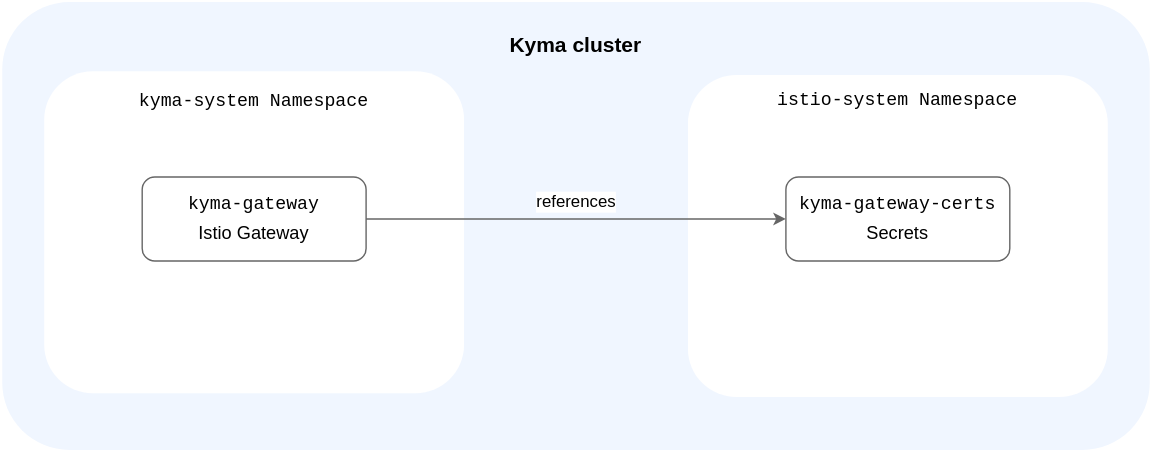
Before: docs/assets/kyma-gateway-resources-os.svg, a diagram exported from draw.io (kyma-project/api-gateway). Source tidied: cells renumbered, new cells last; positions are measured from the earlier drawing's top-left corner, leaving out a move shared by most shapes.
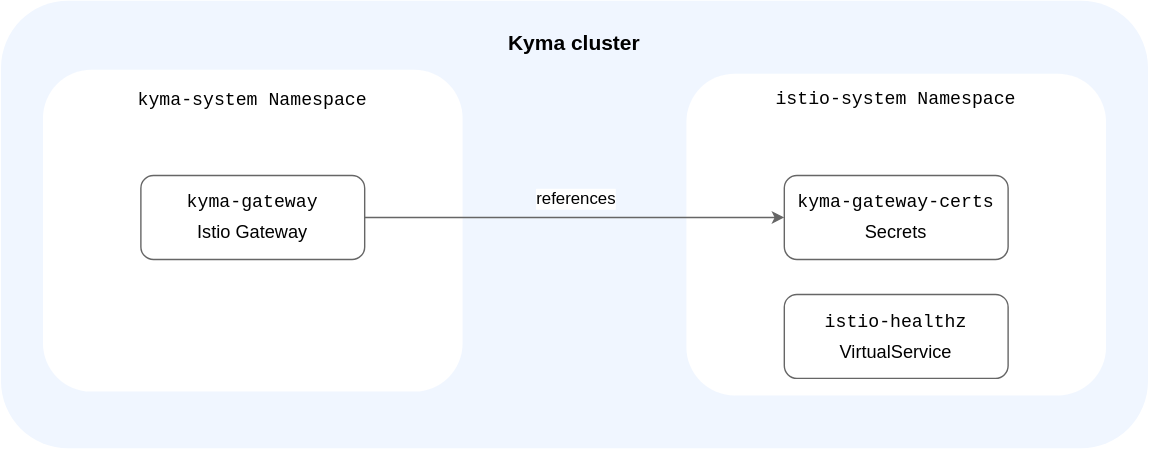
Above is the later version.

Commit message:
Add integration test and documentation for istio-healthz

Diff of the diagram source:
```diff
@@ -20,6 +20,9 @@
     <mxCell id="7" value="&lt;pre style=&quot;line-height: 0%; font-size: 13px;&quot;&gt;kyma-gateway-certs&lt;/pre&gt;Secrets" style="rounded=1;whiteSpace=wrap;html=1;strokeColor=#666666;spacingTop=-5;fontSize=13;" parent="4" vertex="1">
       <mxGeometry x="70" y="72.8" width="160" height="60" as="geometry" />
     </mxCell>
+    <mxCell id="14" value="&lt;pre style=&quot;line-height: 0%; font-size: 13px;&quot;&gt;&lt;font style=&quot;font-size: 13px;&quot;&gt;&lt;font style=&quot;font-size: 13px;&quot;&gt;istio-healthz&lt;/font&gt;&lt;/font&gt;&lt;/pre&gt;&lt;font style=&quot;font-size: 13px;&quot;&gt;VirtualService&lt;/font&gt;" style="rounded=1;whiteSpace=wrap;html=1;strokeColor=#666666;spacingTop=-5;fontSize=13;" parent="4" vertex="1">
+      <mxGeometry x="70" y="157.8" width="160" height="60" as="geometry" />
+    </mxCell>
     <mxCell id="8" style="group;spacingTop=-7;" parent="1" vertex="1">
       <mxGeometry x="30" y="49.4" width="300" height="230" as="geometry" />
     </mxCell>
```
